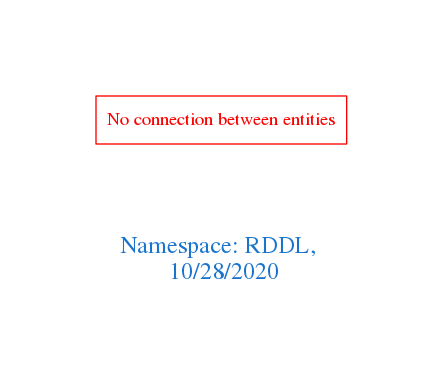
This is downloads/RDDL.png from arago/OGIT, a Graphviz export, as it was before one commit. Its source is kept beside it as downloads/RDDL.dot.
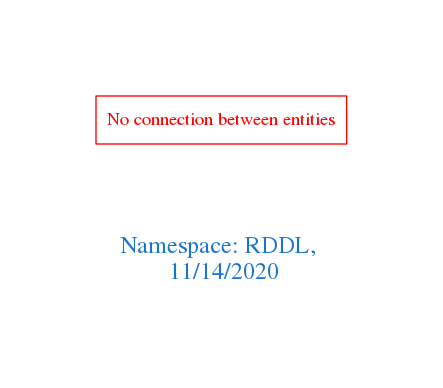
Above is the later version.

Diff of the diagram source:
```diff
@@ -1,7 +1,7 @@
 digraph OGIT_ontology {
  graph [ rankdir= LR,pad=1
 fontsize = 18,
-fontcolor= dodgerblue3,label = "\n\n\nNamespace: RDDL, \n 10/28/2020"];
+fontcolor= dodgerblue3,label = "\n\n\nNamespace: RDDL, \n 11/14/2020"];
 node[shape=polygon];
 edge [  color="gray81"];
 
```
